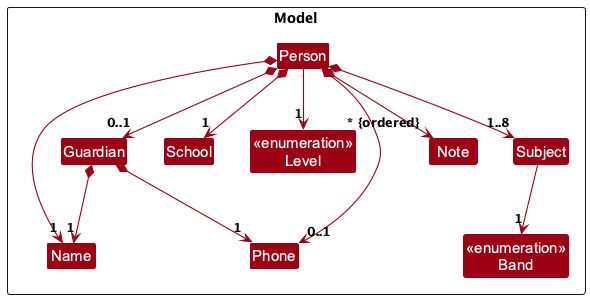
AY2627S1-CS2103T-T09-1/tp keeps this PlantUML diagram as docs/images/PersonClassDiagram.png. Above is the earlier version.
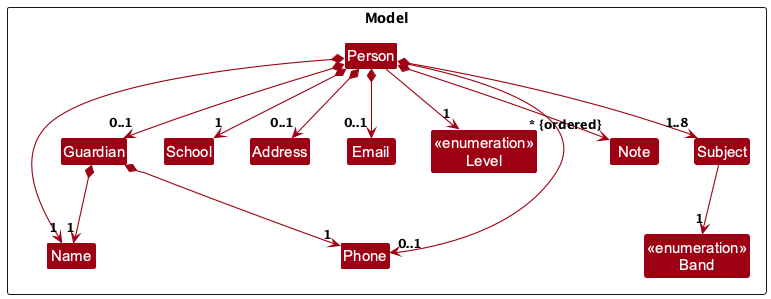
After the change.

Commit message:
Document optional email field

What changed in the source:
```diff
@@ -9,6 +9,8 @@
 Class Name
 Class Phone
 Class School
+Class Address
+Class Email
 Class "<<enumeration>>\nLevel" as Level
 Class Subject
 Class "<<enumeration>>\nBand" as Band
@@ -19,6 +21,8 @@
 Person *---> "1" Name
 Person *---> "0..1" Phone
 Person *--> "1" School
+Person *--> "0..1" Address
+Person *--> "0..1" Email
 Person --> "1" Level
 Person *--> "1..8" Subject
 Person *--> "~* {ordered}" Note
```
